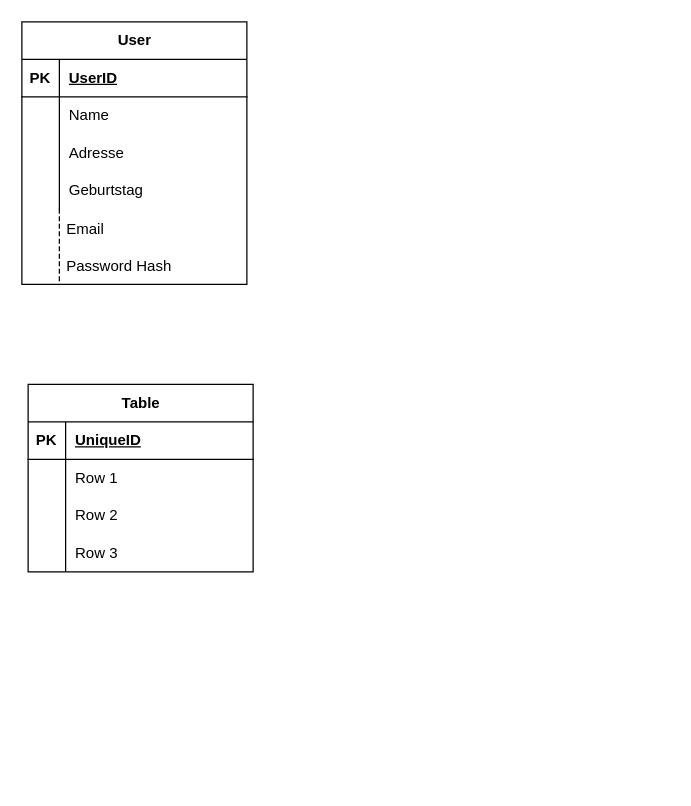
Before: Untitled Diagram.drawio in AirFoxer/QuizNEW, a draw.io diagram. Source tidied: cells renumbered, new cells numbered last; positions are measured from the earlier drawing's top-left corner, leaving out a move shared by most shapes. Both pictures are drawn from the tidied source at 125%, with x=0, y=0 at pixel (21, 21).
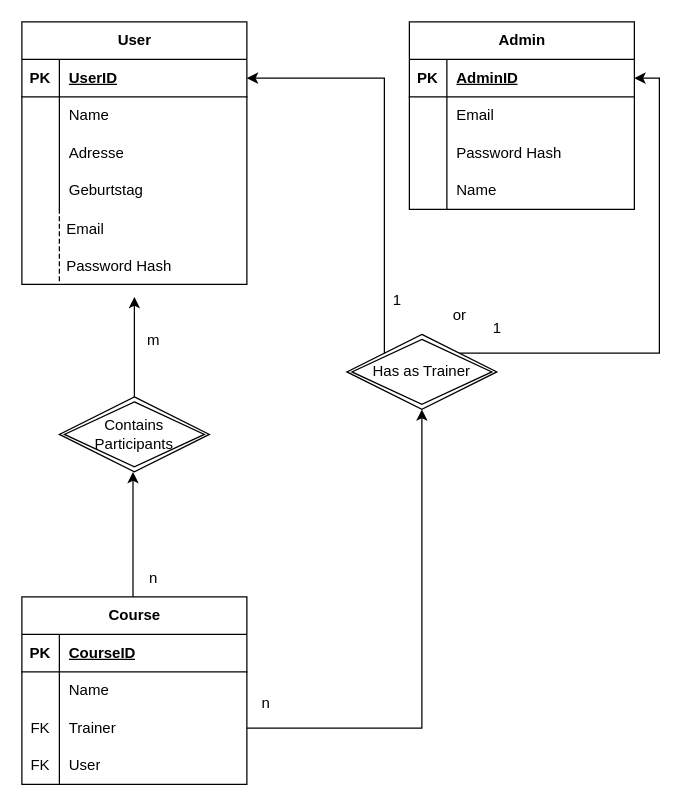
The same diagram, later.

Unchanged cells that the change refers to:
```xml
<mxCell id="3" style="shape=tableRow;horizontal=0;startSize=0;swimlaneHead=0;swimlaneBody=0;fillColor=none;points=[[0,0.5],[1,0.5]];portConstraint=eastwest;top=0;left=0;right=0;bottom=1;" parent="2" vertex="1">
  <mxGeometry y="30" width="180" height="30" as="geometry" />
</mxCell>
<mxCell id="16" style="shape=tableRow;horizontal=0;startSize=0;swimlaneHead=0;swimlaneBody=0;fillColor=none;top=0;left=0;right=0;bottom=1;" parent="15" vertex="1">
  <mxGeometry y="30" width="180" height="30" as="geometry" />
</mxCell>
<mxCell id="19" style="shape=tableRow;horizontal=0;startSize=0;swimlaneHead=0;swimlaneBody=0;fillColor=none;top=0;left=0;right=0;bottom=0;" parent="15" vertex="1">
  <mxGeometry y="60" width="180" height="30" as="geometry" />
</mxCell>
<mxCell id="22" style="shape=tableRow;horizontal=0;startSize=0;swimlaneHead=0;swimlaneBody=0;fillColor=none;points=[[0,0.5],[1,0.5]];portConstraint=eastwest;top=0;left=0;right=0;bottom=0;" parent="15" vertex="1">
  <mxGeometry y="90" width="180" height="30" as="geometry" />
</mxCell>
<mxCell id="25" style="shape=tableRow;horizontal=0;startSize=0;swimlaneHead=0;swimlaneBody=0;fillColor=none;top=0;left=0;right=0;bottom=0;" parent="15" vertex="1">
  <mxGeometry y="120" width="180" height="30" as="geometry" />
</mxCell>
```

Change to the diagram source:
```diff
@@
+    <mxCell id="32" style="edgeStyle=orthogonalEdgeStyle;rounded=0;orthogonalLoop=1;jettySize=auto;html=1;entryX=0.5;entryY=1;entryDx=0;entryDy=0;" parent="1" edge="1">
+      <mxGeometry relative="1" as="geometry">
+        <mxPoint x="88.9" y="470" as="sourcePoint" />
+        <mxPoint x="88.9" y="360" as="targetPoint" />
+        <Array as="points">
+          <mxPoint x="89" y="390" />
+          <mxPoint x="89" y="390" />
+        </Array>
+      </mxGeometry>
+    </mxCell>
-    <mxCell id="15" value="Table" style="shape=table;startSize=30;childLayout=tableLayout;rowLines=0;fontStyle=1;align=center;html=1;" parent="1" vertex="1">
-      <mxGeometry x="5" y="290" width="180" height="150" as="geometry" />
+    <mxCell id="15" value="Course" style="shape=table;startSize=30;childLayout=tableLayout;rowLines=0;fontStyle=1;align=center;html=1;" parent="1" vertex="1">
+      <mxGeometry y="460" width="180" height="150" as="geometry" />
     </mxCell>
@@
-    <mxCell id="18" value="UniqueID" style="shape=partialRectangle;fillColor=none;top=0;left=0;bottom=0;right=0;align=left;spacingLeft=6;fontStyle=5;overflow=hidden;whiteSpace=wrap;html=1;" parent="16" vertex="1">
+    <mxCell id="18" value="CourseID" style="shape=partialRectangle;fillColor=none;top=0;left=0;bottom=0;right=0;align=left;spacingLeft=6;fontStyle=5;overflow=hidden;whiteSpace=wrap;html=1;" parent="16" vertex="1">
       <mxGeometry x="30" width="150" height="30" as="geometry" />
     </mxCell>
@@
-    <mxCell id="21" value="Row 1" style="shape=partialRectangle;fillColor=none;top=0;left=0;bottom=0;right=0;align=left;spacingLeft=6;overflow=hidden;whiteSpace=wrap;html=1;" parent="19" vertex="1">
+    <mxCell id="21" value="Name" style="shape=partialRectangle;fillColor=none;top=0;left=0;bottom=0;right=0;align=left;spacingLeft=6;overflow=hidden;whiteSpace=wrap;html=1;" parent="19" vertex="1">
       <mxGeometry x="30" width="150" height="30" as="geometry" />
     </mxCell>
@@
-    <mxCell id="23" style="shape=partialRectangle;fillColor=none;top=0;left=0;bottom=0;right=0;overflow=hidden;whiteSpace=wrap;html=1;" parent="22" vertex="1">
+    <mxCell id="23" value="FK" style="shape=partialRectangle;fillColor=none;top=0;left=0;bottom=0;right=0;overflow=hidden;whiteSpace=wrap;html=1;" parent="22" vertex="1">
       <mxGeometry width="30" height="30" as="geometry" />
     </mxCell>
-    <mxCell id="24" value="Row 2" style="shape=partialRectangle;fillColor=none;top=0;left=0;bottom=0;right=0;align=left;spacingLeft=6;overflow=hidden;whiteSpace=wrap;html=1;" parent="22" vertex="1">
+    <mxCell id="24" value="Trainer" style="shape=partialRectangle;fillColor=none;top=0;left=0;bottom=0;right=0;align=left;spacingLeft=6;overflow=hidden;whiteSpace=wrap;html=1;" parent="22" vertex="1">
       <mxGeometry x="30" width="150" height="30" as="geometry" />
     </mxCell>
@@
-    <mxCell id="26" style="shape=partialRectangle;fillColor=none;top=0;left=0;bottom=0;right=0;overflow=hidden;whiteSpace=wrap;html=1;" parent="25" vertex="1">
+    <mxCell id="26" value="FK" style="shape=partialRectangle;fillColor=none;top=0;left=0;bottom=0;right=0;overflow=hidden;whiteSpace=wrap;html=1;" parent="25" vertex="1">
       <mxGeometry width="30" height="30" as="geometry" />
     </mxCell>
-    <mxCell id="27" value="Row 3" style="shape=partialRectangle;fillColor=none;top=0;left=0;bottom=0;right=0;align=left;spacingLeft=6;overflow=hidden;whiteSpace=wrap;html=1;" parent="25" vertex="1">
+    <mxCell id="27" value="User" style="shape=partialRectangle;fillColor=none;top=0;left=0;bottom=0;right=0;align=left;spacingLeft=6;overflow=hidden;whiteSpace=wrap;html=1;" parent="25" vertex="1">
       <mxGeometry x="30" width="150" height="30" as="geometry" />
     </mxCell>
@@
+    <mxCell id="33" value="Admin" style="shape=table;startSize=30;childLayout=tableLayout;rowLines=0;fontStyle=1;align=center;html=1;" parent="1" vertex="1">
+      <mxGeometry x="310" width="180" height="150" as="geometry" />
+    </mxCell>
+    <mxCell id="34" style="shape=tableRow;horizontal=0;startSize=0;swimlaneHead=0;swimlaneBody=0;fillColor=none;points=[[0,0.5],[1,0.5]];portConstraint=eastwest;top=0;left=0;right=0;bottom=1;" parent="33" vertex="1">
+      <mxGeometry y="30" width="180" height="30" as="geometry" />
+    </mxCell>
+    <mxCell id="35" value="PK" style="shape=partialRectangle;fillColor=none;top=0;left=0;bottom=0;right=0;fontStyle=1;overflow=hidden;whiteSpace=wrap;html=1;" parent="34" vertex="1">
+      <mxGeometry width="30" height="30" as="geometry" />
+    </mxCell>
+    <mxCell id="36" value="AdminID" style="shape=partialRectangle;fillColor=none;top=0;left=0;bottom=0;right=0;align=left;spacingLeft=6;fontStyle=5;overflow=hidden;whiteSpace=wrap;html=1;" parent="34" vertex="1">
+      <mxGeometry x="30" width="150" height="30" as="geometry" />
+    </mxCell>
+    <mxCell id="37" style="shape=tableRow;horizontal=0;startSize=0;swimlaneHead=0;swimlaneBody=0;fillColor=none;top=0;left=0;right=0;bottom=0;" parent="33" vertex="1">
+      <mxGeometry y="60" width="180" height="30" as="geometry" />
+    </mxCell>
+    <mxCell id="38" style="shape=partialRectangle;fillColor=none;top=0;left=0;bottom=0;right=0;overflow=hidden;whiteSpace=wrap;html=1;" parent="37" vertex="1">
+      <mxGeometry width="30" height="30" as="geometry" />
+    </mxCell>
+    <mxCell id="39" value="Email" style="shape=partialRectangle;fillColor=none;top=0;left=0;bottom=0;right=0;align=left;spacingLeft=6;overflow=hidden;whiteSpace=wrap;html=1;" parent="37" vertex="1">
+      <mxGeometry x="30" width="150" height="30" as="geometry" />
+    </mxCell>
+    <mxCell id="40" style="shape=tableRow;horizontal=0;startSize=0;swimlaneHead=0;swimlaneBody=0;fillColor=none;top=0;left=0;right=0;bottom=0;" parent="33" vertex="1">
+      <mxGeometry y="90" width="180" height="30" as="geometry" />
+    </mxCell>
+    <mxCell id="41" style="shape=partialRectangle;fillColor=none;top=0;left=0;bottom=0;right=0;overflow=hidden;whiteSpace=wrap;html=1;" parent="40" vertex="1">
+      <mxGeometry width="30" height="30" as="geometry" />
+    </mxCell>
+    <mxCell id="42" value="Password Hash" style="shape=partialRectangle;fillColor=none;top=0;left=0;bottom=0;right=0;align=left;spacingLeft=6;overflow=hidden;whiteSpace=wrap;html=1;" parent="40" vertex="1">
+      <mxGeometry x="30" width="150" height="30" as="geometry" />
+    </mxCell>
+    <mxCell id="43" style="shape=tableRow;horizontal=0;startSize=0;swimlaneHead=0;swimlaneBody=0;fillColor=none;top=0;left=0;right=0;bottom=0;" parent="33" vertex="1">
+      <mxGeometry y="120" width="180" height="30" as="geometry" />
+    </mxCell>
+    <mxCell id="44" style="shape=partialRectangle;fillColor=none;top=0;left=0;bottom=0;right=0;overflow=hidden;whiteSpace=wrap;html=1;" parent="43" vertex="1">
+      <mxGeometry width="30" height="30" as="geometry" />
+    </mxCell>
+    <mxCell id="45" value="Name" style="shape=partialRectangle;fillColor=none;top=0;left=0;bottom=0;right=0;align=left;spacingLeft=6;overflow=hidden;whiteSpace=wrap;html=1;" parent="43" vertex="1">
+      <mxGeometry x="30" width="150" height="30" as="geometry" />
+    </mxCell>
+    <mxCell id="46" style="edgeStyle=orthogonalEdgeStyle;rounded=0;jettySize=auto;html=1;" parent="1" edge="1" source="47">
+      <mxGeometry relative="1" as="geometry">
+        <mxPoint x="90" y="220" as="targetPoint" />
+      </mxGeometry>
+    </mxCell>
+    <mxCell id="47" value="Contains Participants" style="shape=rhombus;double=1;perimeter=rhombusPerimeter;whiteSpace=wrap;html=1;align=center;" parent="1" vertex="1">
+      <mxGeometry x="30" y="300" width="120" height="60" as="geometry" />
+    </mxCell>
+    <mxCell id="48" value="m" style="text;html=1;align=center;verticalAlign=middle;strokeColor=none;fillColor=none;" parent="1" vertex="1">
+      <mxGeometry x="90" y="240" width="30" height="30" as="geometry" />
+    </mxCell>
+    <mxCell id="49" value="n" style="text;html=1;align=center;verticalAlign=middle;strokeColor=none;fillColor=none;" parent="1" vertex="1">
+      <mxGeometry x="90" y="430" width="30" height="30" as="geometry" />
+    </mxCell>
+    <mxCell id="50" style="edgeStyle=orthogonalEdgeStyle;rounded=0;jettySize=auto;html=1;" parent="1" edge="1" source="22" target="53">
+      <mxGeometry relative="1" as="geometry" />
+    </mxCell>
+    <mxCell id="51" style="edgeStyle=orthogonalEdgeStyle;rounded=0;jettySize=auto;html=1;exitX=0;exitY=0;exitDx=0;exitDy=0;entryX=1;entryY=0.5;entryDx=0;entryDy=0;" parent="1" edge="1" source="53" target="3">
+      <mxGeometry relative="1" as="geometry" />
+    </mxCell>
+    <mxCell id="52" style="edgeStyle=orthogonalEdgeStyle;rounded=0;jettySize=auto;html=1;exitX=1;exitY=0;exitDx=0;exitDy=0;entryX=1;entryY=0.5;entryDx=0;entryDy=0;" parent="1" edge="1" source="53" target="34">
+      <mxGeometry relative="1" as="geometry">
+        <Array as="points">
+          <mxPoint x="510" y="265" />
+          <mxPoint x="510" y="45" />
+        </Array>
+      </mxGeometry>
+    </mxCell>
+    <mxCell id="53" value="Has as Trainer" style="shape=rhombus;double=1;perimeter=rhombusPerimeter;whiteSpace=wrap;html=1;align=center;" parent="1" vertex="1">
+      <mxGeometry x="260" y="250" width="120" height="60" as="geometry" />
+    </mxCell>
+    <mxCell id="54" value="or" style="text;html=1;align=center;verticalAlign=middle;strokeColor=none;fillColor=none;" parent="1" vertex="1">
+      <mxGeometry x="335" y="220" width="30" height="30" as="geometry" />
+    </mxCell>
+    <mxCell id="55" value="1" style="text;html=1;align=center;verticalAlign=middle;strokeColor=none;fillColor=none;" parent="1" vertex="1">
+      <mxGeometry x="285" y="208" width="30" height="30" as="geometry" />
+    </mxCell>
+    <mxCell id="56" value="1" style="text;html=1;align=center;verticalAlign=middle;strokeColor=none;fillColor=none;" parent="1" vertex="1">
+      <mxGeometry x="365" y="230" width="30" height="30" as="geometry" />
+    </mxCell>
+    <mxCell id="57" value="n" style="text;html=1;align=center;verticalAlign=middle;strokeColor=none;fillColor=none;" parent="1" vertex="1">
+      <mxGeometry x="180" y="530" width="30" height="30" as="geometry" />
+    </mxCell>
```
